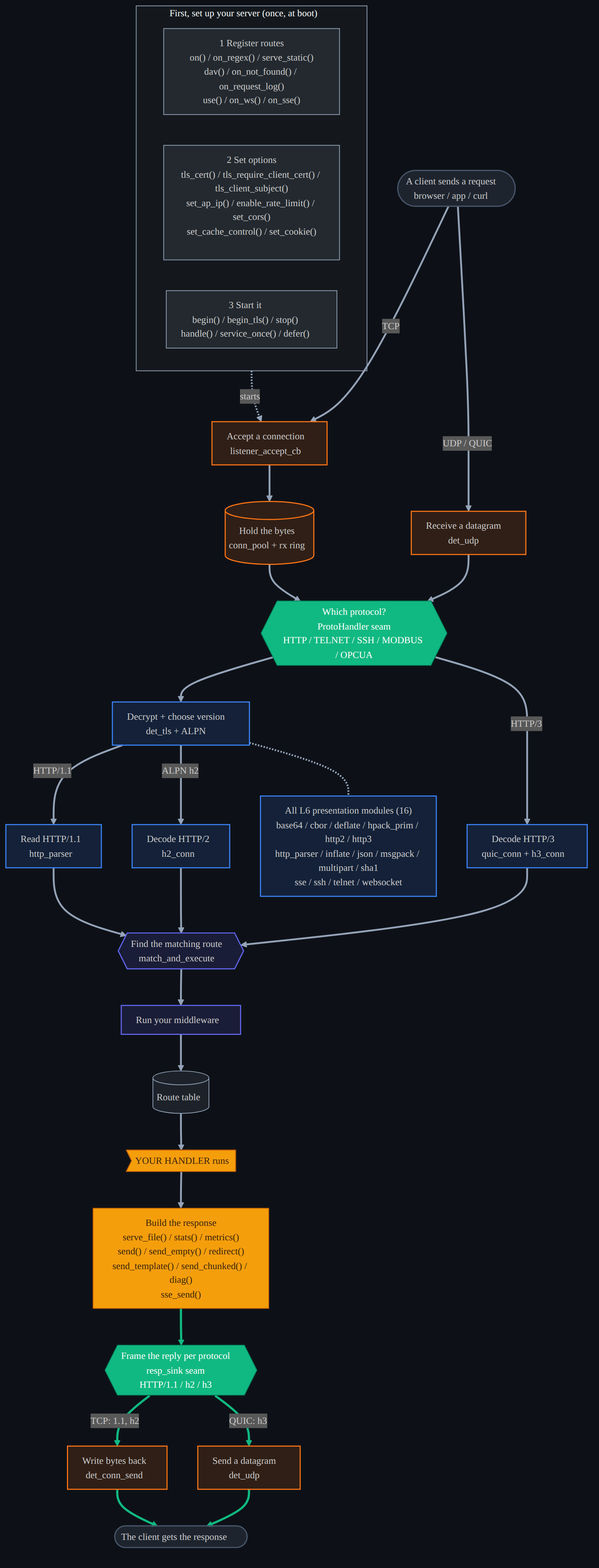
The Mermaid diagram docs/diagrams/api_flow_detail.dark.png in dstroy0/DeterministicESPAsyncWebServer, before a commit. Its source is kept beside it as docs/diagrams/api_flow_detail.mmd.
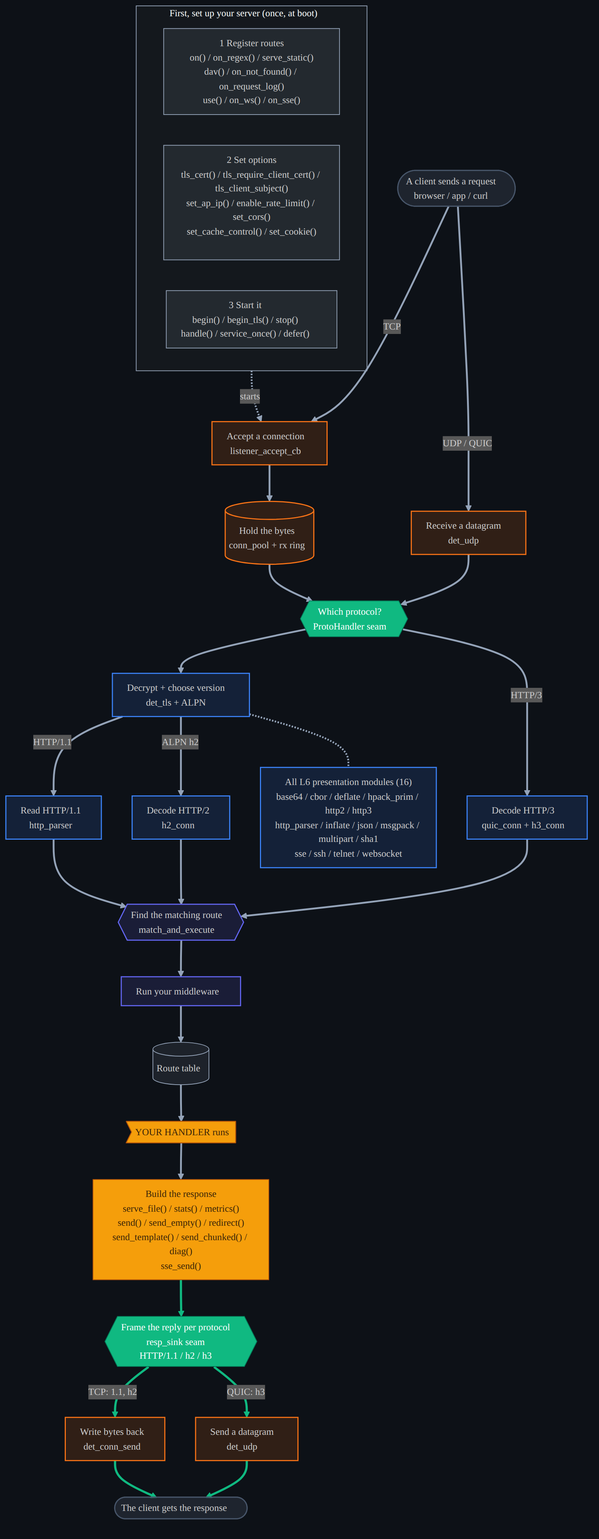
The same diagram one commit later.

The edit, as a diff of the source:
```diff
@@ -11,7 +11,7 @@
   listen["Accept a connection<br/>listener_accept_cb"]
   ring[("Hold the bytes<br/>conn_pool + rx ring")]
   udprx["Receive a datagram<br/>det_udp"]
-  seam{{"Which protocol?<br/>ProtoHandler seam<br/>HTTP / TELNET / SSH / MODBUS / OPCUA"}}
+  seam{{"Which protocol?<br/>ProtoHandler seam<br/>"}}
   tls["Decrypt + choose version<br/>det_tls + ALPN"]
   parser["Read HTTP/1.1<br/>http_parser"]
   h2["Decode HTTP/2<br/>h2_conn"]
```
